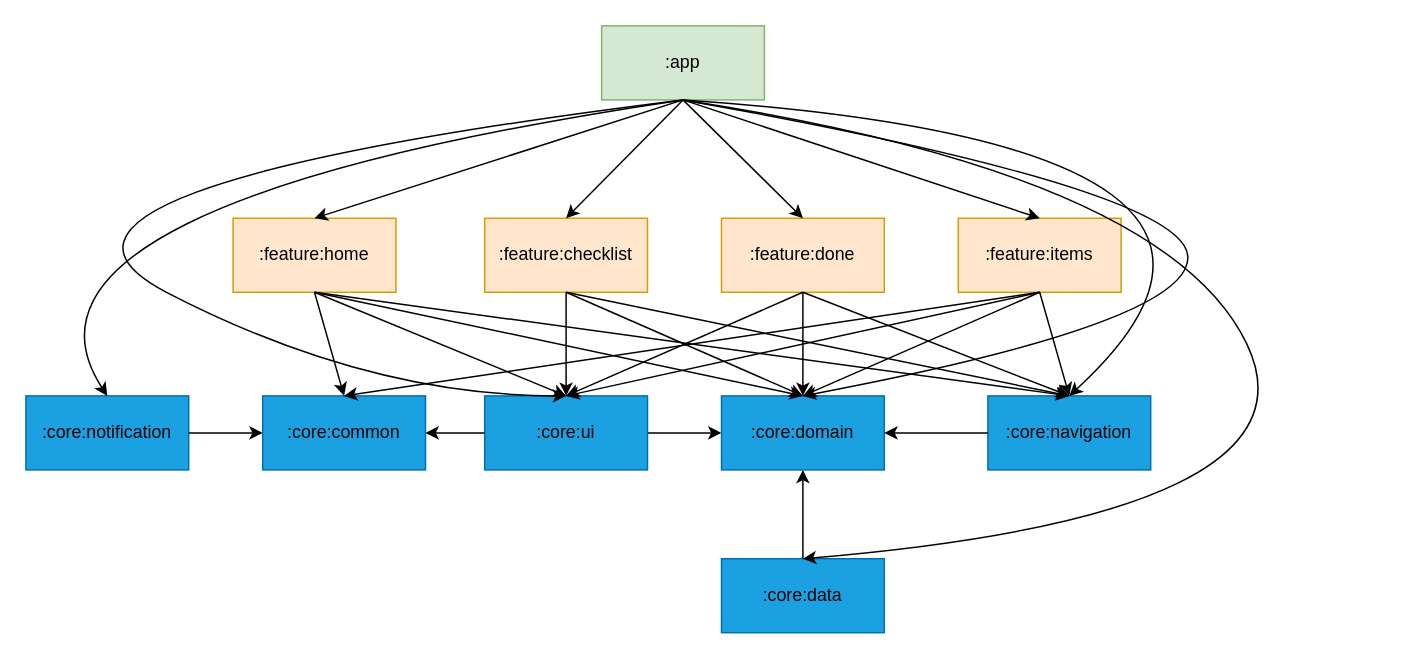
Above: docs/airchitecture/ModuleStructure.drawio in Nkot117/GoSmart (draw.io), before the change. Source tidied: cells renumbered, new cells numbered last; positions are measured from the earlier drawing's top-left corner, leaving out a move shared by most shapes. Both pictures are drawn from the tidied source at 148%, with x=0, y=0 at pixel (-34, 25).
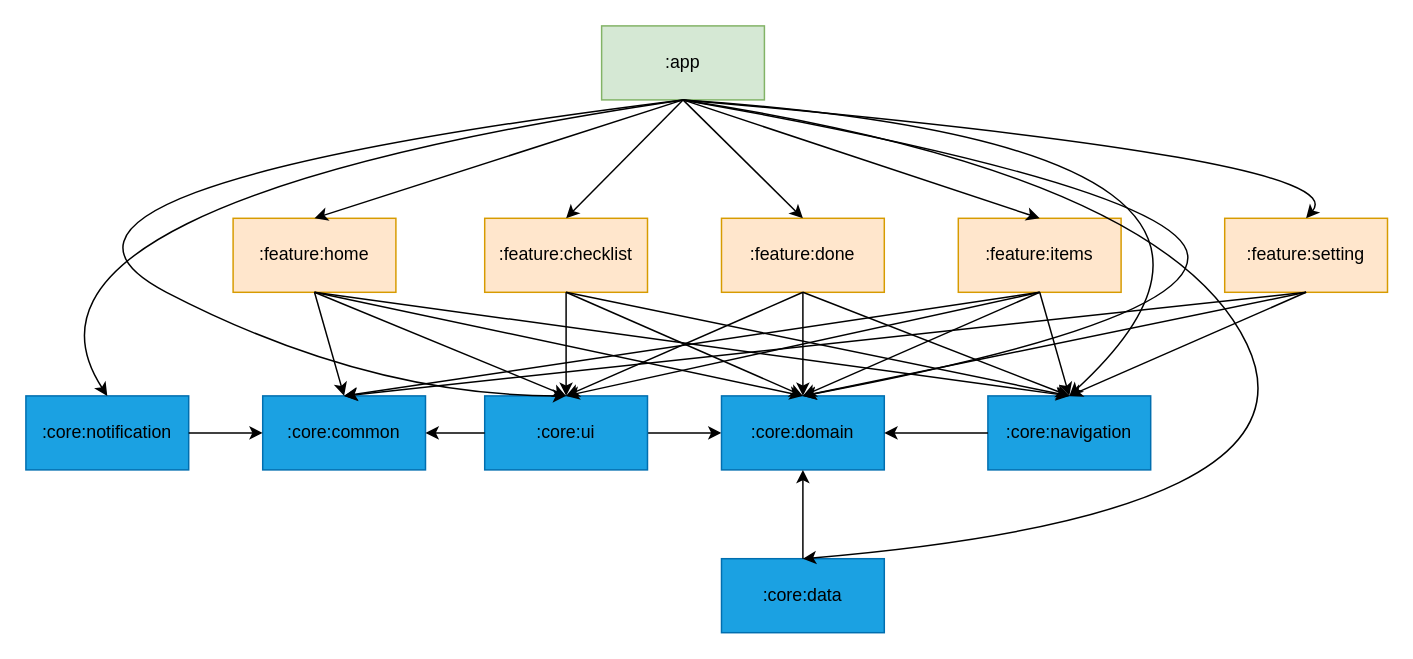
After the change.

Commit message (it also covers changes not shown here):
fix(items): Reset form state

The change refers to these unchanged cells:
```xml
<mxCell id="2" value="&lt;font style=&quot;color: light-dark(rgb(0, 0, 0), rgb(0, 0, 0));&quot;&gt;:app&lt;/font&gt;" style="html=1;whiteSpace=wrap;fillColor=#d5e8d4;strokeColor=#82b366;" parent="1" vertex="1">
  <mxGeometry x="429" width="110" height="50" as="geometry" />
</mxCell>
<mxCell id="9" value="&lt;font&gt;:core:domain&lt;/font&gt;" style="html=1;whiteSpace=wrap;fillColor=#1ba1e2;fontColor=#000000;strokeColor=#006EAF;" parent="1" vertex="1">
  <mxGeometry x="510" y="250" width="110" height="50" as="geometry" />
</mxCell>
<mxCell id="27" value="&lt;font&gt;:core:navigation&lt;/font&gt;" style="html=1;whiteSpace=wrap;fillColor=#1ba1e2;fontColor=#000000;strokeColor=#006EAF;" parent="1" vertex="1">
  <mxGeometry x="690" y="250" width="110" height="50" as="geometry" />
</mxCell>
<mxCell id="36" value="&lt;font&gt;:core:common&lt;/font&gt;" style="html=1;whiteSpace=wrap;fillColor=#1ba1e2;fontColor=#000000;strokeColor=#006EAF;" parent="1" vertex="1">
  <mxGeometry x="200" y="250" width="110" height="50" as="geometry" />
</mxCell>
```

Diff of the diagram source:
```diff
@@
+    <mxCell id="41" value="&lt;font&gt;:feature:setting&lt;/font&gt;" style="html=1;whiteSpace=wrap;fillColor=#ffe6cc;strokeColor=#d79b00;fontColor=#000000;" parent="1" vertex="1">
+      <mxGeometry x="850" y="130" width="110" height="50" as="geometry" />
+    </mxCell>
+    <mxCell id="42" style="curved=1;endArrow=classic;html=1;rounded=0;entryX=0.5;entryY=0;entryDx=0;entryDy=0;exitX=0.5;exitY=1;exitDx=0;exitDy=0;" parent="1" edge="1" source="2" target="41">
+      <mxGeometry relative="1" as="geometry">
+        <Array as="points">
+          <mxPoint x="940" y="90" />
+        </Array>
+      </mxGeometry>
+    </mxCell>
+    <mxCell id="43" style="curved=1;endArrow=classic;html=1;rounded=0;entryX=0.5;entryY=0;entryDx=0;entryDy=0;exitX=0.5;exitY=1;exitDx=0;exitDy=0;" parent="1" edge="1" source="41" target="27">
+      <mxGeometry relative="1" as="geometry" />
+    </mxCell>
+    <mxCell id="44" style="curved=1;endArrow=classic;html=1;rounded=0;entryX=0.5;entryY=0;entryDx=0;entryDy=0;exitX=0.5;exitY=1;exitDx=0;exitDy=0;" parent="1" edge="1" source="41" target="9">
+      <mxGeometry relative="1" as="geometry" />
+    </mxCell>
+    <mxCell id="45" style="curved=1;endArrow=classic;html=1;rounded=0;entryX=0.5;entryY=0;entryDx=0;entryDy=0;exitX=0.5;exitY=1;exitDx=0;exitDy=0;" parent="1" edge="1" source="41" target="36">
+      <mxGeometry relative="1" as="geometry" />
+    </mxCell>
```
